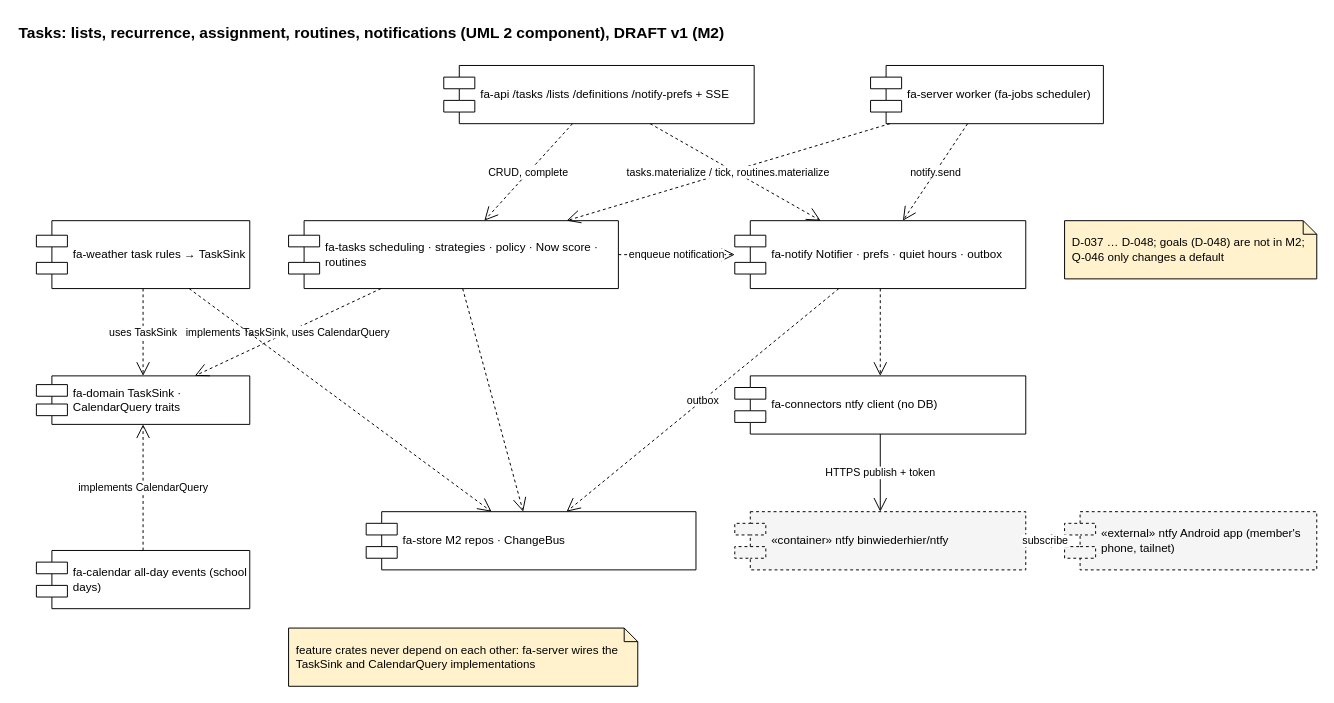
Above: page "Components" (1 of 3) of arch/Tasks.drawio in JonGanz/family-assistant (draw.io), before the change. Source tidied: cells renumbered, new cells numbered last; positions are measured from the earlier drawing's top-left corner, leaving out a move shared by most shapes. Both pictures are drawn from the tidied source at 97%, with x=0, y=0 at pixel (16, 16).
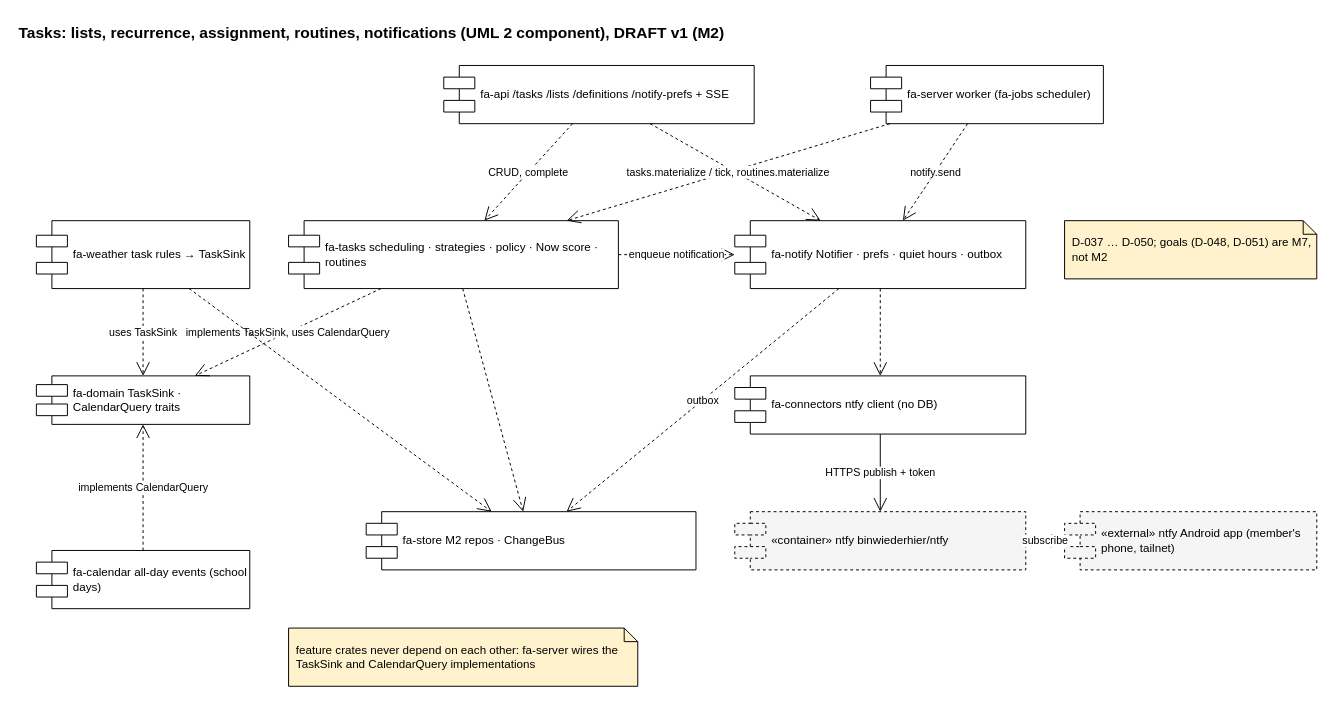
The same diagram, later.

Diff of the diagram source:
```diff
@@
-    <mxCell id="29" value="D-037 … D-048; goals (D-048) are not in M2; Q-046 only changes a default" style="shape=note;size=14;html=1;whiteSpace=wrap;align=left;spacingLeft=6;fillColor=#fff2cc;" parent="1" vertex="1">
+    <mxCell id="29" value="D-037 … D-050; goals (D-048, D-051) are M7, not M2" style="shape=note;size=14;html=1;whiteSpace=wrap;align=left;spacingLeft=6;fillColor=#fff2cc;" parent="1" vertex="1">
       <mxGeometry x="1080" y="210" width="260" height="60" as="geometry" />
     </mxCell>
```
